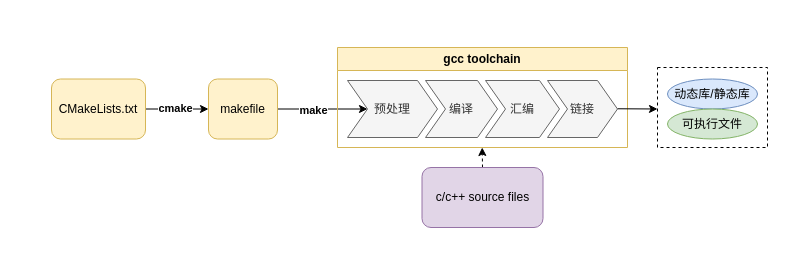
Earlier version of the draw.io diagram cmake_tutorial.drawio (oksep/diagrams-material). Source tidied: cells renumbered, new cells numbered last; positions are measured from the earlier drawing's top-left corner, leaving out a move shared by most shapes. Both pictures are drawn from the tidied source at 100%, with x=0, y=0 at pixel (51, 47).
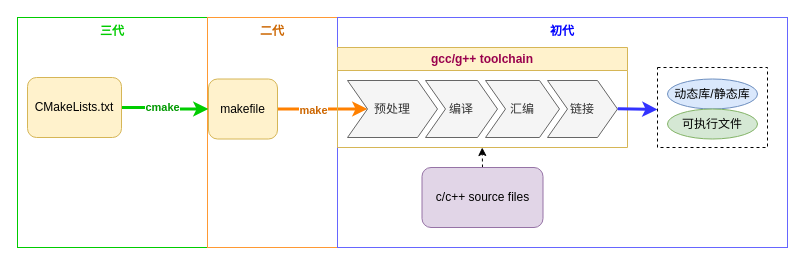
The same diagram, later.

The change refers to these unchanged cells:
```xml
<mxCell id="10" value="makefile" style="rounded=1;whiteSpace=wrap;html=1;fillColor=#fff2cc;strokeColor=#d6b656;" parent="1" vertex="1">
  <mxGeometry x="157" y="31.5" width="69" height="60" as="geometry" />
</mxCell>
<mxCell id="12" value="预处理" style="shape=step;perimeter=stepPerimeter;fixedSize=1;points=[];whiteSpace=wrap;html=1;fillColor=#f5f5f5;fontColor=#333333;strokeColor=#666666;" parent="11" vertex="1">
  <mxGeometry x="10" y="33" width="90" height="57" as="geometry" />
</mxCell>
<mxCell id="15" value="链接" style="shape=step;perimeter=stepPerimeter;fixedSize=1;points=[];whiteSpace=wrap;html=1;fillColor=#f5f5f5;fontColor=#333333;strokeColor=#666666;" parent="11" vertex="1">
  <mxGeometry x="210" y="33" width="70" height="57" as="geometry" />
</mxCell>
```

Change to the diagram source:
```diff
@@
+    <mxCell id="19" value="三代" style="rounded=0;whiteSpace=wrap;html=1;strokeColor=#00CC00;verticalAlign=top;fontStyle=1;fontColor=#00CC00;" parent="1" vertex="1">
+      <mxGeometry x="-34" y="-30" width="190" height="230" as="geometry" />
+    </mxCell>
+    <mxCell id="20" value="二代" style="rounded=0;whiteSpace=wrap;html=1;strokeColor=#FF9933;verticalAlign=top;fontStyle=1;fontColor=#CC6600;" parent="1" vertex="1">
+      <mxGeometry x="156" y="-30" width="130" height="230" as="geometry" />
+    </mxCell>
+    <mxCell id="21" value="初代" style="rounded=0;whiteSpace=wrap;html=1;strokeColor=#6666FF;verticalAlign=top;fontStyle=1;fontColor=#0000FF;" parent="1" vertex="1">
+      <mxGeometry x="286" y="-30" width="450" height="230" as="geometry" />
+    </mxCell>
@@
-    <mxCell id="5" style="edgeStyle=orthogonalEdgeStyle;rounded=0;jettySize=auto;html=1;exitX=1;exitY=0.5;exitDx=0;exitDy=0;" parent="1" edge="1" source="7" target="10">
+    <mxCell id="5" style="edgeStyle=orthogonalEdgeStyle;rounded=0;jettySize=auto;html=1;exitX=1;exitY=0.5;exitDx=0;exitDy=0;strokeWidth=3;strokeColor=#00CC00;" parent="1" edge="1" source="7" target="10">
       <mxGeometry relative="1" as="geometry" />
     </mxCell>
-    <mxCell id="6" value="cmake" style="edgeLabel;html=1;align=center;verticalAlign=middle;fontStyle=1;" parent="5" vertex="1">
+    <mxCell id="6" value="cmake" style="edgeLabel;html=1;align=center;verticalAlign=middle;fontStyle=1;fontColor=#009900;" parent="5" vertex="1">
       <mxGeometry x="-0.09" y="1" relative="1" as="geometry" />
     </mxCell>
     <mxCell id="7" value="CMakeLists.txt" style="rounded=1;whiteSpace=wrap;html=1;fillColor=#fff2cc;strokeColor=#d6b656;" parent="1" vertex="1">
-      <mxGeometry y="31.5" width="94" height="60" as="geometry" />
+      <mxGeometry x="-24" y="30" width="94" height="60" as="geometry" />
     </mxCell>
-    <mxCell id="8" style="edgeStyle=orthogonalEdgeStyle;rounded=0;jettySize=auto;html=1;exitX=1;exitY=0.5;exitDx=0;exitDy=0;" parent="1" edge="1" source="10" target="12">
+    <mxCell id="8" style="edgeStyle=orthogonalEdgeStyle;rounded=0;jettySize=auto;html=1;exitX=1;exitY=0.5;exitDx=0;exitDy=0;strokeWidth=3;strokeColor=#FF8000;" parent="1" edge="1" source="10" target="12">
       <mxGeometry relative="1" as="geometry" />
     </mxCell>
-    <mxCell id="9" value="make" style="edgeLabel;html=1;align=center;verticalAlign=middle;fontStyle=1;" parent="8" vertex="1">
+    <mxCell id="9" value="make" style="edgeLabel;html=1;align=center;verticalAlign=middle;fontStyle=1;fontColor=#CC6600;" parent="8" vertex="1">
       <mxGeometry x="-0.23" relative="1" as="geometry">
         <mxPoint y="1" as="offset" />
       </mxGeometry>
     </mxCell>
@@
-    <mxCell id="11" value="gcc toolchain" style="swimlane;horizontal=1;fillColor=#fff2cc;strokeColor=#d6b656;stackBorder=10;align=center;whiteSpace=wrap;html=1;" parent="1" vertex="1">
+    <mxCell id="11" value="&lt;font color=&quot;#99004d&quot;&gt;gcc/g++ toolchain&lt;/font&gt;" style="swimlane;horizontal=1;fillColor=#fff2cc;strokeColor=#d6b656;stackBorder=10;align=center;whiteSpace=wrap;html=1;" parent="1" vertex="1">
       <mxGeometry x="286" width="290" height="100" as="geometry" />
     </mxCell>
@@
-    <mxCell id="16" style="endArrow=classic;html=1;rounded=0;exitX=1.003;exitY=0.496;exitDx=0;exitDy=0;exitPerimeter=0;entryX=0;entryY=1;entryDx=0;entryDy=0;" parent="1" edge="1" source="15">
+    <mxCell id="16" style="endArrow=classic;html=1;rounded=0;exitX=1.003;exitY=0.496;exitDx=0;exitDy=0;exitPerimeter=0;strokeWidth=3;strokeColor=#3333FF;" parent="1" edge="1" source="15">
       <mxGeometry relative="1" as="geometry">
-        <mxPoint x="606" y="61.5" as="targetPoint" />
+        <mxPoint x="606" y="62" as="targetPoint" />
       </mxGeometry>
     </mxCell>
```
